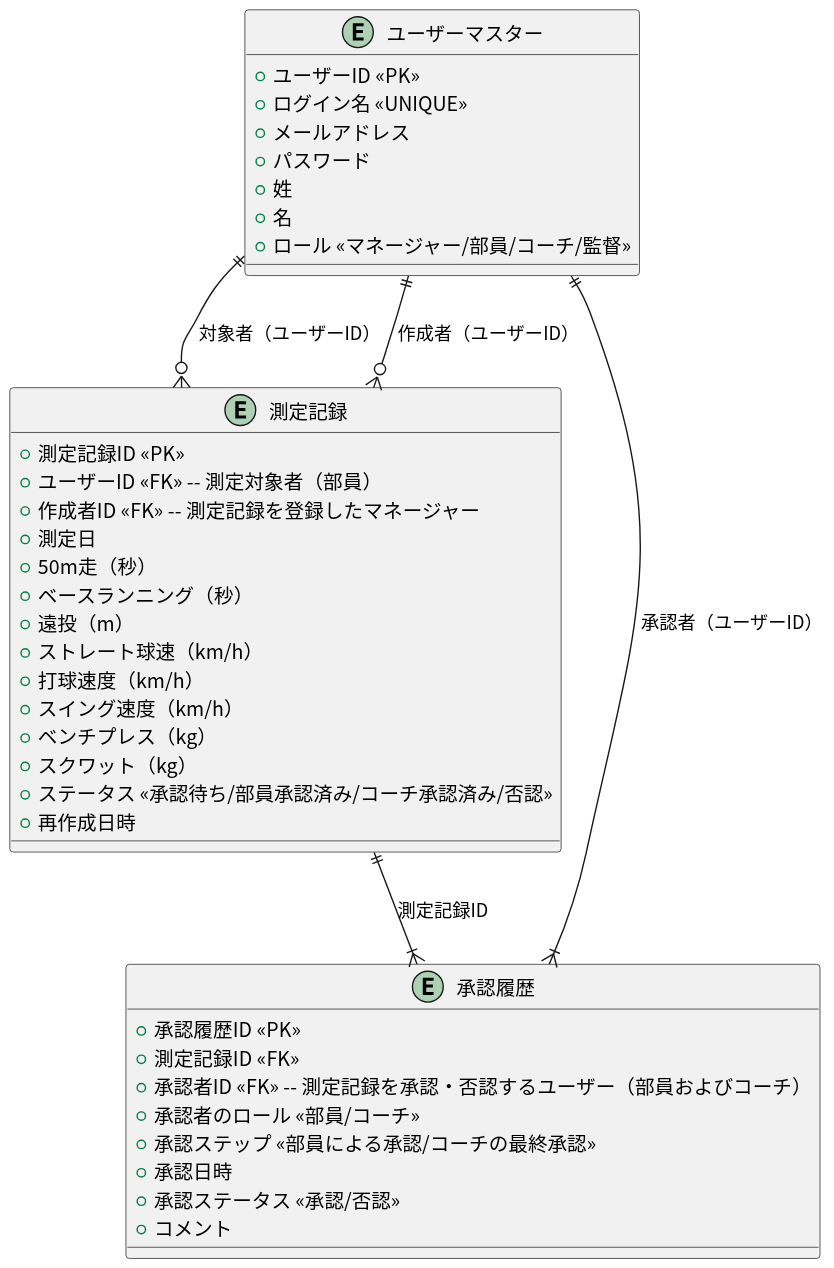
tomoki-shiozaki/baseball-talent-management-app keeps this PlantUML diagram as doc/ER/ER_diagram/ER.svg. Above is the earlier version.
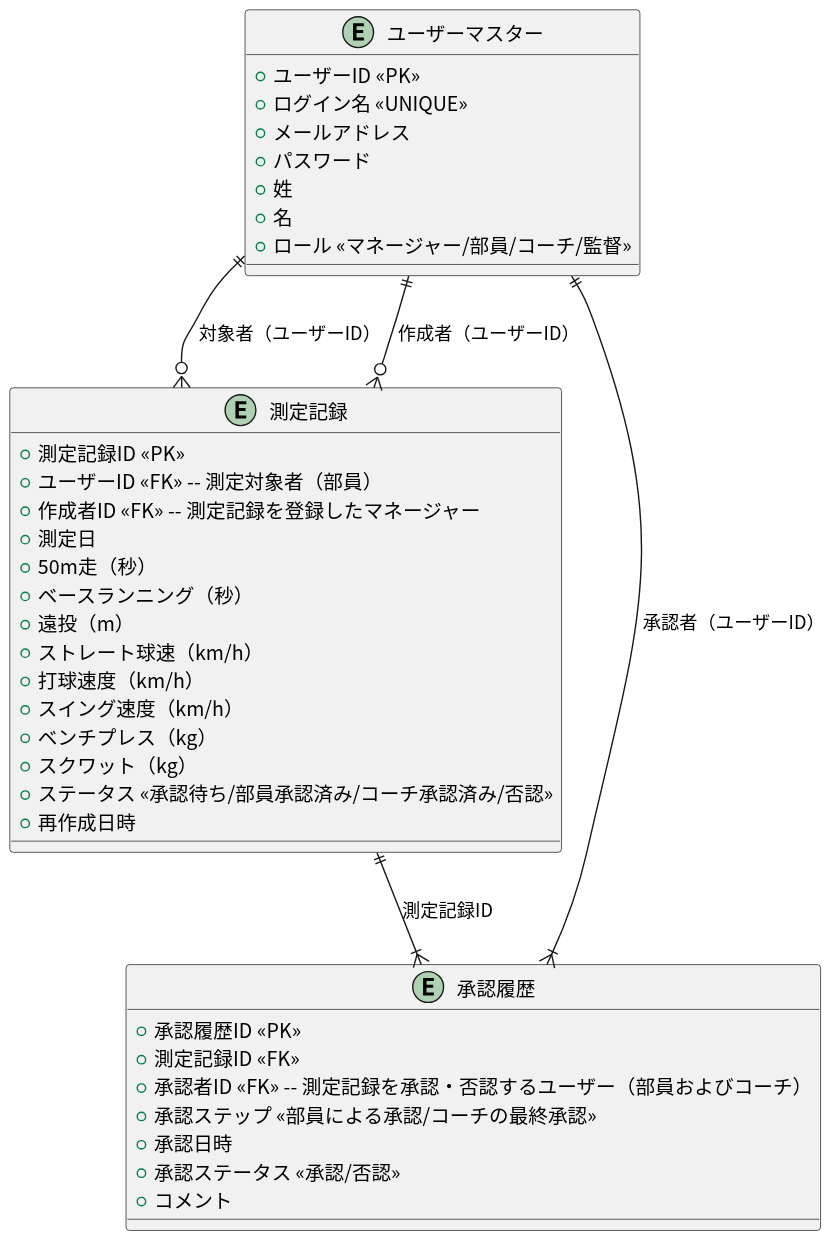
The same file after the commit.

What changed in the source:
```diff
@@ -31,7 +31,6 @@
   +承認履歴ID <<PK>>
   +測定記録ID <<FK>>
   +承認者ID <<FK>> -- 測定記録を承認・否認するユーザー（部員およびコーチ）
-  +承認者のロール <<部員/コーチ>>
   +承認ステップ <<部員による承認/コーチの最終承認>>
   +承認日時
   +承認ステータス <<承認/否認>>
```
